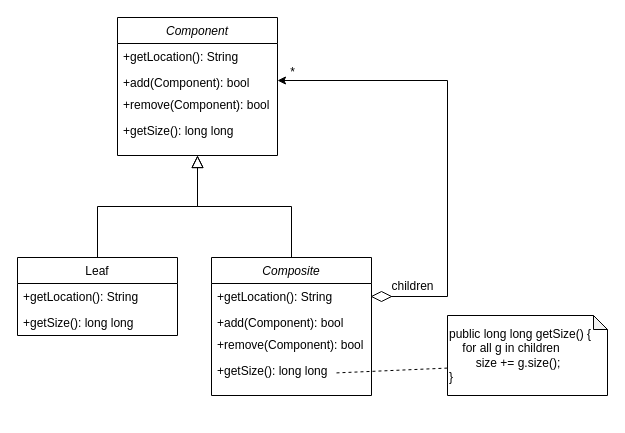
Before: Applying Composite Pattern for File Explorer.drawio in mjkim1019/SoftwareEngineering, a draw.io diagram. Source tidied: cells renumbered, new cells numbered last; positions are measured from the earlier drawing's top-left corner, leaving out a move shared by most shapes. Both pictures are drawn from the tidied source at 100%, with x=0, y=0 at pixel (17, 17).
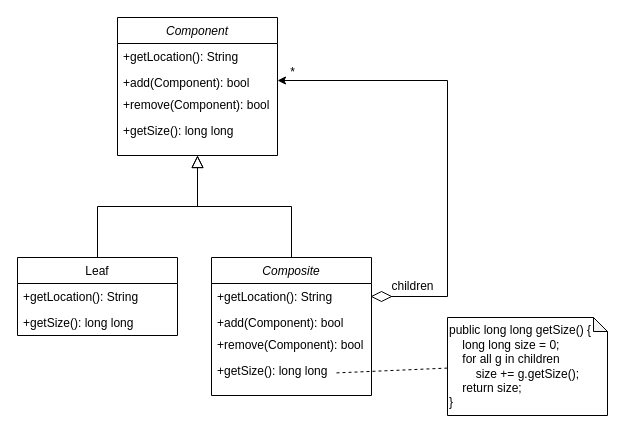
After the change.

Change to the diagram source:
```diff
@@
-    <mxCell id="18" value="&lt;span style=&quot;&quot;&gt;public long long getSize() {&lt;/span&gt;&lt;br style=&quot;&quot;&gt;&lt;span style=&quot;&quot;&gt;&amp;nbsp; &amp;nbsp; for all g in children&lt;/span&gt;&lt;br style=&quot;&quot;&gt;&lt;span style=&quot;&quot;&gt;&lt;/span&gt;&lt;span style=&quot;&quot;&gt;&lt;span style=&quot;&quot;&gt;&lt;/span&gt;&amp;nbsp; &amp;nbsp; &amp;nbsp; &amp;nbsp; size += g.size();&lt;/span&gt;&lt;br style=&quot;&quot;&gt;&lt;span style=&quot;&quot;&gt;}&lt;/span&gt;" style="shape=note;whiteSpace=wrap;html=1;backgroundOutline=1;darkOpacity=0.05;align=left;size=14;" parent="1" vertex="1">
-      <mxGeometry x="430" y="298" width="160" height="80" as="geometry" />
+    <mxCell id="18" value="&lt;span style=&quot;&quot;&gt;public long long getSize() {&lt;/span&gt;&lt;br style=&quot;&quot;&gt;&lt;span style=&quot;&quot;&gt;&amp;nbsp; &amp;nbsp; long long size = 0;&lt;br&gt;&amp;nbsp; &amp;nbsp; for all g in children&lt;/span&gt;&lt;br style=&quot;&quot;&gt;&lt;span style=&quot;&quot;&gt;&lt;/span&gt;&lt;span style=&quot;&quot;&gt;&lt;span style=&quot;&quot;&gt;&lt;/span&gt;&amp;nbsp; &amp;nbsp; &amp;nbsp; &amp;nbsp; size += g.getSize();&lt;br&gt;&lt;/span&gt;&amp;nbsp; &amp;nbsp; return size;&lt;br style=&quot;&quot;&gt;&lt;span style=&quot;&quot;&gt;}&lt;/span&gt;" style="shape=note;whiteSpace=wrap;html=1;backgroundOutline=1;darkOpacity=0.05;align=left;size=14;" parent="1" vertex="1">
+      <mxGeometry x="430" y="300" width="160" height="98" as="geometry" />
     </mxCell>
```
